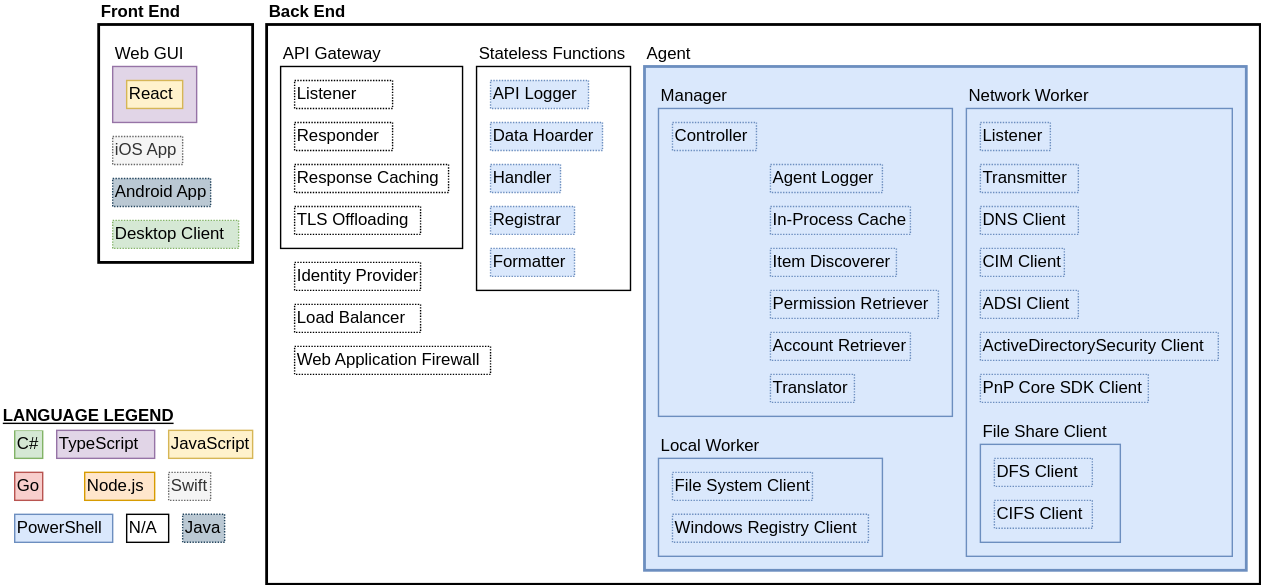
The draw.io diagram src/img/FunctionalBlockDiagram_v2.svg in IMJLA/Export-Permission, before a commit. Source tidied: cells renumbered, new cells last; positions are measured from the earlier drawing's top-left corner, leaving out a move shared by most shapes.
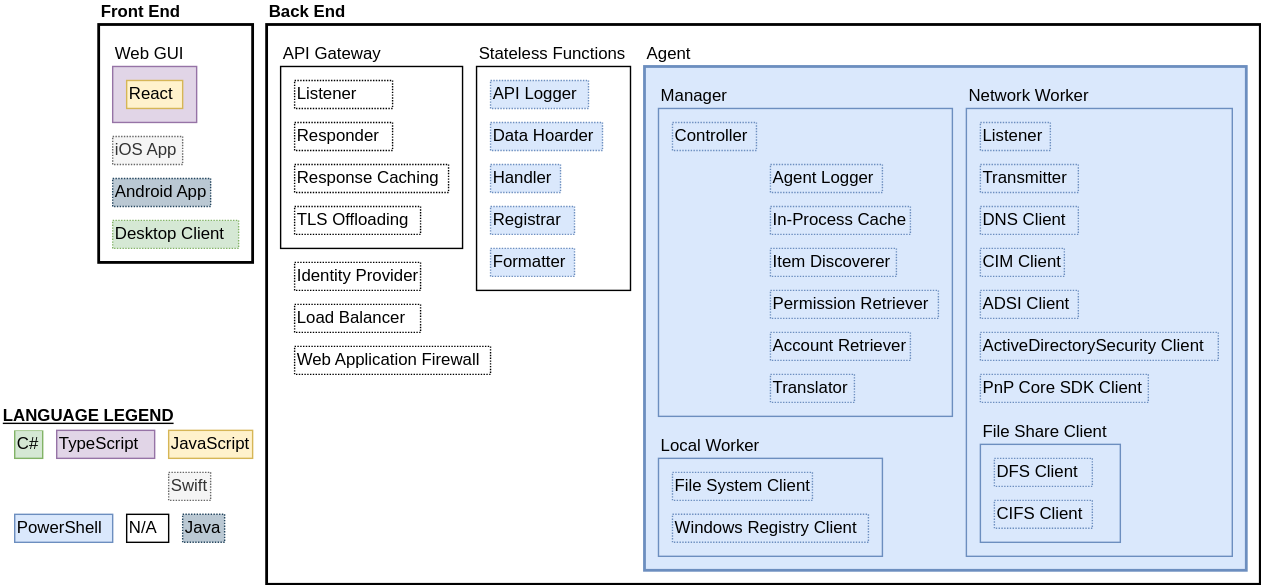
The same diagram one commit later.

Change to the diagram source:
```diff
@@ -11,12 +11,6 @@
     <mxCell id="4" value="Web GUI" style="rounded=0;whiteSpace=wrap;html=1;align=left;labelPosition=center;verticalLabelPosition=top;verticalAlign=bottom;strokeWidth=1;fontStyle=0;fillColor=#e1d5e7;strokeColor=#9673a6;" parent="1" vertex="1">
       <mxGeometry x="80" y="30" width="60" height="40" as="geometry" />
     </mxCell>
-    <mxCell id="5" value="Node.js" style="rounded=0;whiteSpace=wrap;html=1;align=left;fillColor=#ffe6cc;strokeColor=#d79b00;" parent="1" vertex="1">
-      <mxGeometry x="60" y="320" width="50" height="20" as="geometry" />
-    </mxCell>
-    <mxCell id="6" value="Go" style="rounded=0;whiteSpace=wrap;html=1;align=left;fillColor=#f8cecc;strokeColor=#b85450;" parent="1" vertex="1">
-      <mxGeometry x="10" y="320" width="20" height="20" as="geometry" />
-    </mxCell>
     <mxCell id="7" value="C#" style="rounded=0;whiteSpace=wrap;html=1;align=left;fillColor=#d5e8d4;strokeColor=#82b366;" parent="1" vertex="1">
       <mxGeometry x="10" y="290" width="20" height="20" as="geometry" />
     </mxCell>
```
